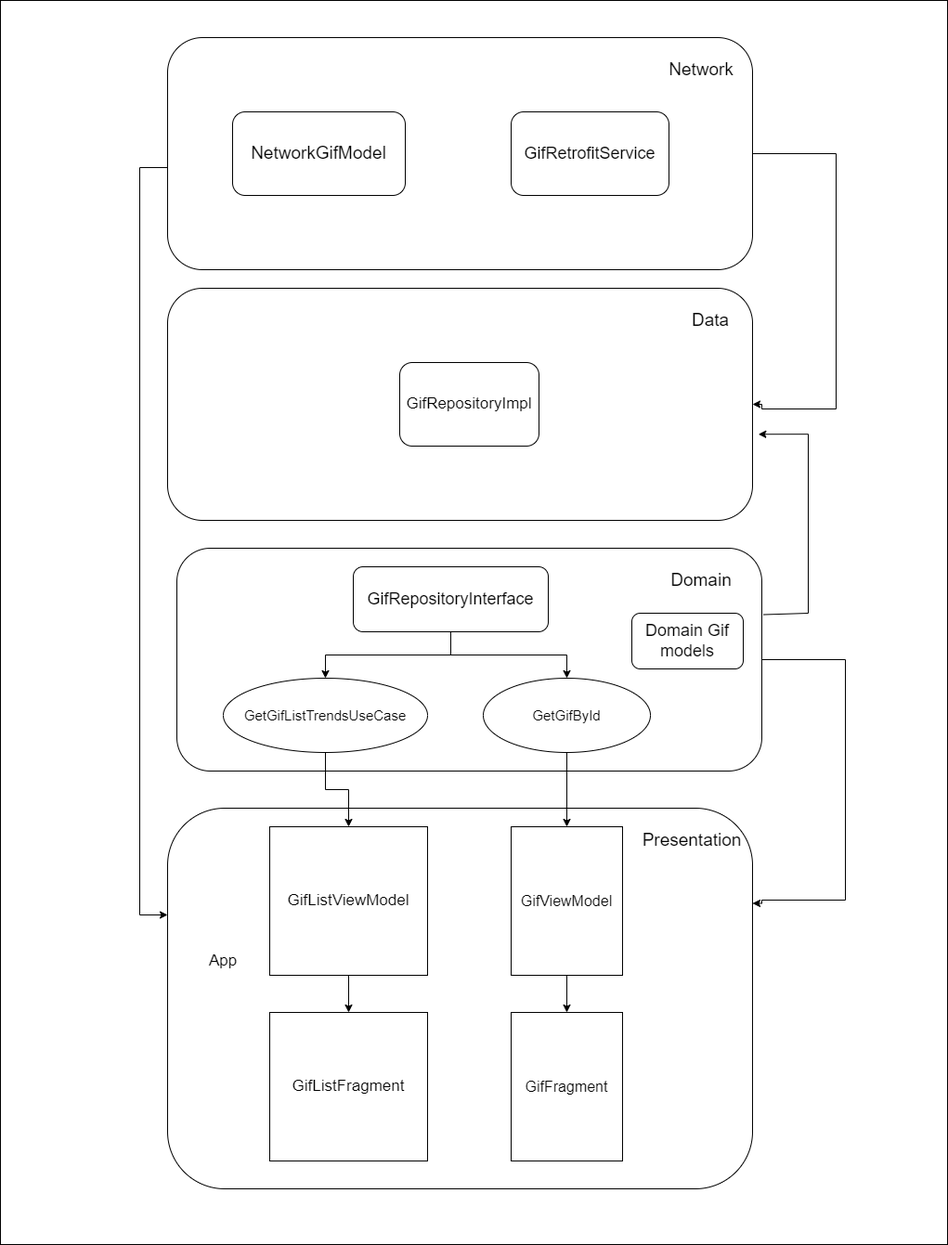
daifuku48/TestTaskNatife keeps this draw.io diagram as natife.png. Above is the earlier version. Source tidied: cells renumbered, new cells last; positions are measured from the earlier drawing's top-left corner, leaving out a move shared by most shapes.
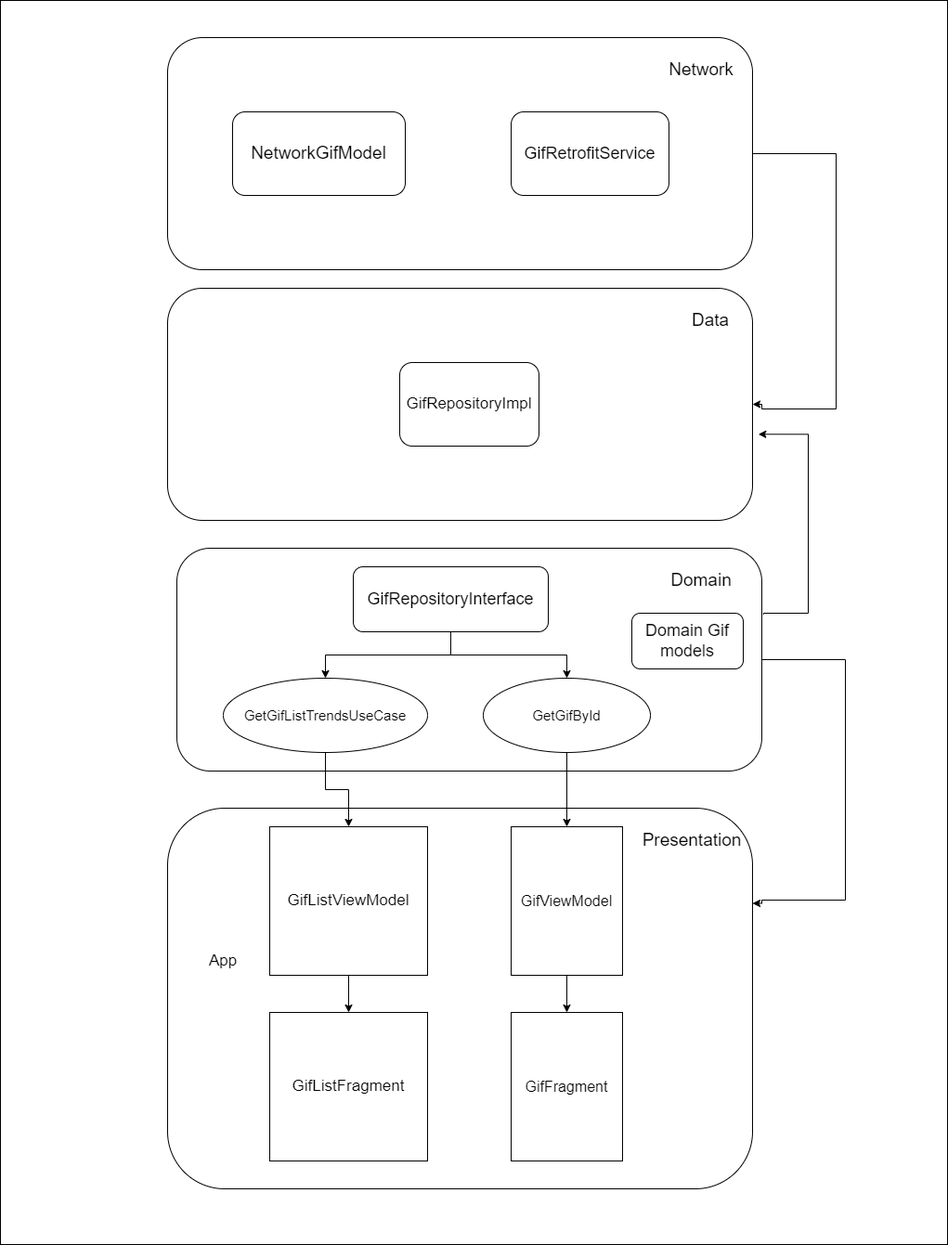
The same file after the commit.

Diff of the diagram source:
```diff
@@ -50,15 +50,6 @@
         </Array>
       </mxGeometry>
     </mxCell>
-    <mxCell id="12" style="edgeStyle=orthogonalEdgeStyle;rounded=0;jettySize=auto;html=1;" parent="1" edge="1" source="13">
-      <mxGeometry relative="1" as="geometry">
-        <mxPoint x="180" y="985" as="targetPoint" />
-        <Array as="points">
-          <mxPoint x="150" y="180" />
-          <mxPoint x="150" y="985" />
-        </Array>
-      </mxGeometry>
-    </mxCell>
     <mxCell id="13" style="rounded=1;whiteSpace=wrap;html=1;" parent="1" vertex="1">
       <mxGeometry x="180" y="40" width="630" height="250" as="geometry" />
     </mxCell>
```
